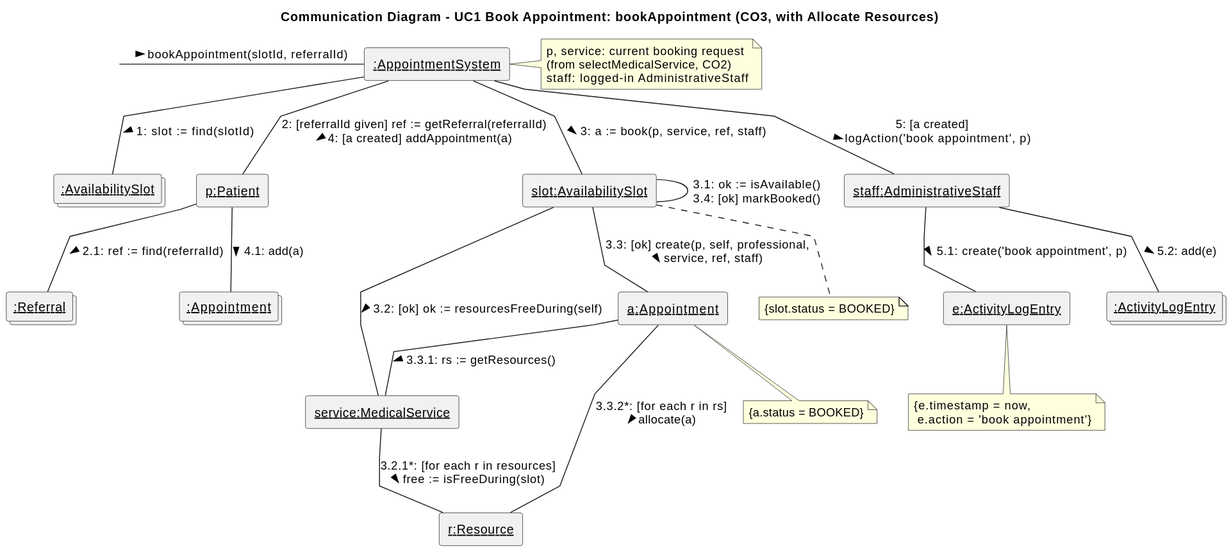
rakib-akter/SOEN-342-Project keeps this PlantUML diagram as docs/interaction-diagrams/book-appointment.svg. Above is the earlier version.
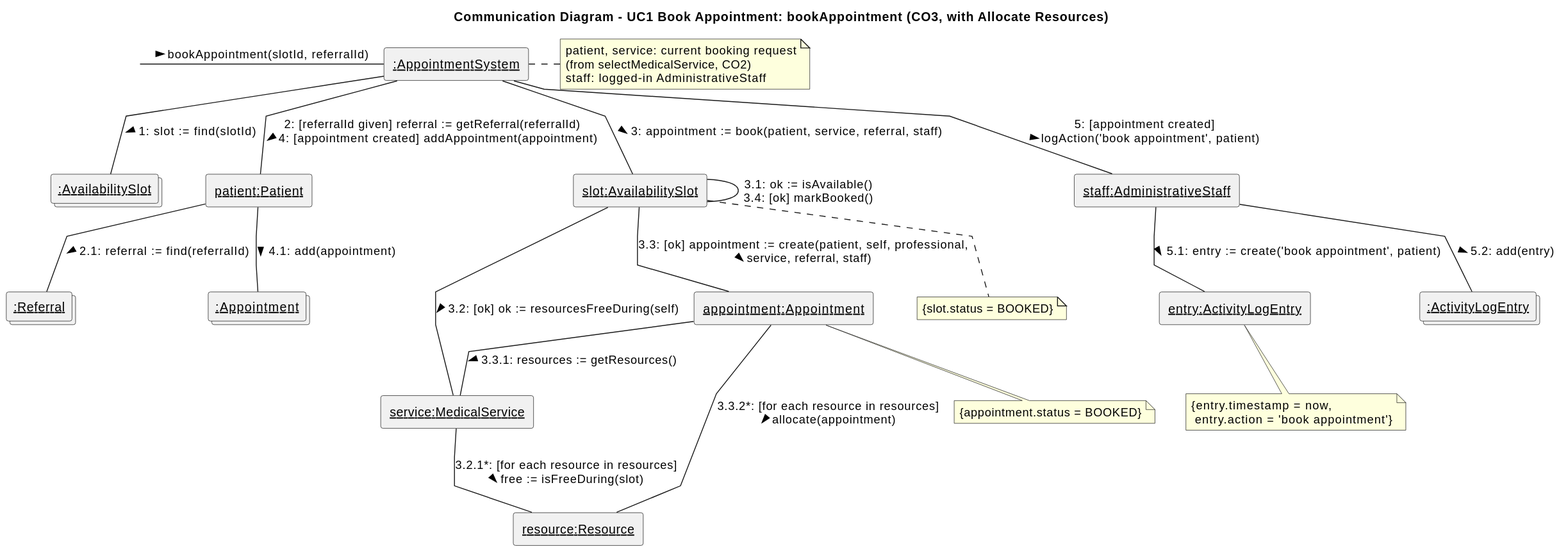
The same diagram one commit later.

Commit message:
rename the short letters in the interaction diagrams and design notes to full names (p -> patient, h -> professional, l -> location etc) so its easier to read

The edit, as a diff of the source:
```diff
@@ -5,36 +5,36 @@
 label " " as start
 rectangle "<u>:AppointmentSystem</u>" as ctrl
 collections "<u>:AvailabilitySlot</u>" as slots
-rectangle "<u>p:Patient</u>" as p
+rectangle "<u>patient:Patient</u>" as p
 collections "<u>:Referral</u>" as referrals
 collections "<u>:Appointment</u>" as appts
 rectangle "<u>slot:AvailabilitySlot</u>" as slot
 rectangle "<u>service:MedicalService</u>" as service
-rectangle "<u>r:Resource</u>" as r
-rectangle "<u>a:Appointment</u>" as a
+rectangle "<u>resource:Resource</u>" as r
+rectangle "<u>appointment:Appointment</u>" as a
 rectangle "<u>staff:AdministrativeStaff</u>" as staff
-rectangle "<u>e:ActivityLogEntry</u>" as e
+rectangle "<u>entry:ActivityLogEntry</u>" as e
 collections "<u>:ActivityLogEntry</u>" as entries
 
 start -right- ctrl : "bookAppointment(slotId, referralId) >"
 
 ctrl -- slots : "1: slot := find(slotId) >"
-ctrl -- p : "2: [referralId given] ref := getReferral(referralId)\n4: [a created] addAppointment(a) >"
-p -- referrals : "2.1: ref := find(referralId) >"
-p -- appts : "4.1: add(a) >"
-ctrl -- slot : "3: a := book(p, service, ref, staff) >"
+ctrl -- p : "2: [referralId given] referral := getReferral(referralId)\n4: [appointment created] addAppointment(appointment) >"
+p -- referrals : "2.1: referral := find(referralId) >"
+p -- appts : "4.1: add(appointment) >"
+ctrl -- slot : "3: appointment := book(patient, service, referral, staff) >"
 slot -- slot : "3.1: ok := isAvailable()\n3.4: [ok] markBooked()"
 slot -- service : "3.2: [ok] ok := resourcesFreeDuring(self) >"
-service -- r : "3.2.1*: [for each r in resources]\nfree := isFreeDuring(slot) >"
-slot -- a : "3.3: [ok] create(p, self, professional,\nservice, ref, staff) >"
-a -- service : "3.3.1: rs := getResources() >"
-a -- r : "3.3.2*: [for each r in rs]\nallocate(a) >"
-ctrl -- staff : "5: [a created]\nlogAction('book appointment', p) >"
-staff -- e : "5.1: create('book appointment', p) >"
-staff -- entries : "5.2: add(e) >"
+service -- r : "3.2.1*: [for each resource in resources]\nfree := isFreeDuring(slot) >"
+slot -- a : "3.3: [ok] appointment := create(patient, self, professional,\nservice, referral, staff) >"
+a -- service : "3.3.1: resources := getResources() >"
+a -- r : "3.3.2*: [for each resource in resources]\nallocate(appointment) >"
+ctrl -- staff : "5: [appointment created]\nlogAction('book appointment', patient) >"
+staff -- e : "5.1: entry := create('book appointment', patient) >"
+staff -- entries : "5.2: add(entry) >"
 
 note right of ctrl
-  p, service: current booking request
+  patient, service: current booking request
   (from selectMedicalService, CO2)
   staff: logged-in AdministrativeStaff
 end note
@@ -44,11 +44,11 @@
 end note
 
 note bottom of a
-  {a.status = BOOKED}
+  {appointment.status = BOOKED}
 end note
 
 note bottom of e
-  {e.timestamp = now,
-   e.action = 'book appointment'}
+  {entry.timestamp = now,
+   entry.action = 'book appointment'}
 end note
 @enduml
```
